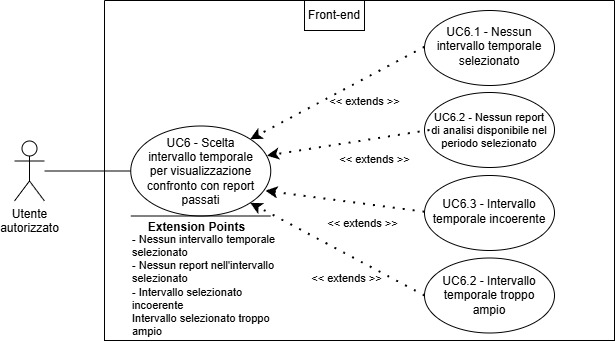
The draw.io diagram assets/diagrams/UC6.png in SkarabGroup/DocumentazioneProgetto, before a commit. Source tidied: cells renumbered, new cells last; positions are measured from the earlier drawing's top-left corner, leaving out a move shared by most shapes.
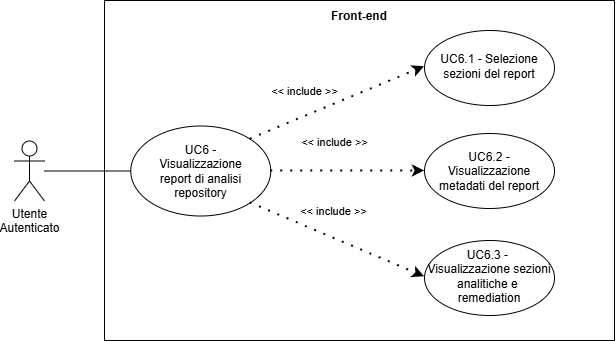
After the commit.

What changed in the source:
```diff
@@ -2,7 +2,7 @@
   <root>
     <mxCell id="0" />
     <mxCell id="1" parent="0" />
-    <mxCell id="2" value="Utente&lt;div&gt;autorizzato&lt;/div&gt;" style="shape=umlActor;verticalLabelPosition=bottom;verticalAlign=top;html=1;outlineConnect=0;align=center;" parent="1" vertex="1">
+    <mxCell id="2" value="Utente&lt;div&gt;Autenticato&lt;/div&gt;" style="shape=umlActor;verticalLabelPosition=bottom;verticalAlign=top;html=1;outlineConnect=0;align=center;" parent="1" vertex="1">
       <mxGeometry y="140.5" width="30" height="60" as="geometry" />
     </mxCell>
     <mxCell id="3" style="swimlane;startSize=0;" parent="1" vertex="1">
@@ -11,64 +11,43 @@
     <mxCell id="4" style="ellipse;whiteSpace=wrap;html=1;" parent="3" vertex="1">
       <mxGeometry x="26.2" y="125.5" width="140" height="90" as="geometry" />
     </mxCell>
-    <mxCell id="5" value="&lt;div style=&quot;&quot;&gt;&lt;span style=&quot;background-color: transparent; color: light-dark(rgb(0, 0, 0), rgb(255, 255, 255));&quot;&gt;UC6 - Scelta intervallo temporale per visualizzazione confronto con report passati&lt;/span&gt;&lt;/div&gt;" style="text;html=1;align=center;verticalAlign=middle;whiteSpace=wrap;rounded=0;" parent="3" vertex="1">
+    <mxCell id="5" value="&lt;div style=&quot;&quot;&gt;&lt;span style=&quot;background-color: transparent; color: light-dark(rgb(0, 0, 0), rgb(255, 255, 255));&quot;&gt;UC6 - Visualizzazione report di analisi repository&lt;/span&gt;&lt;/div&gt;" style="text;html=1;align=center;verticalAlign=middle;whiteSpace=wrap;rounded=0;" parent="3" vertex="1">
       <mxGeometry x="38.8" y="135.5" width="115" height="70" as="geometry" />
     </mxCell>
-    <mxCell id="6" style="endArrow=none;html=1;rounded=0;" parent="3" edge="1">
-      <mxGeometry relative="1" as="geometry">
-        <mxPoint x="26.2" y="215.5" as="sourcePoint" />
-        <mxPoint x="166.2" y="215.5" as="targetPoint" />
-      </mxGeometry>
-    </mxCell>
-    <mxCell id="7" value="&lt;b&gt;&lt;font style=&quot;font-size: 12px;&quot;&gt;Extension Points&lt;/font&gt;&lt;/b&gt;" style="edgeLabel;html=1;align=center;verticalAlign=middle;" parent="6" vertex="1">
-      <mxGeometry x="0.65" relative="1" as="geometry">
-        <mxPoint x="-50" y="11" as="offset" />
-      </mxGeometry>
-    </mxCell>
-    <mxCell id="8" value="&lt;font&gt;- Nessun intervallo temporale selezionato&lt;/font&gt;&lt;div&gt;&lt;font&gt;- Nessun report nell'intervallo selezionato&lt;/font&gt;&lt;/div&gt;&lt;div&gt;&lt;font&gt;- Intervallo selezionato incoerente&lt;/font&gt;&lt;/div&gt;&lt;div&gt;&lt;font&gt;Intervallo selezionato troppo ampio&lt;/font&gt;&lt;/div&gt;" style="text;html=1;align=left;verticalAlign=middle;whiteSpace=wrap;rounded=0;fontSize=11;" parent="3" vertex="1">
-      <mxGeometry x="26.2" y="270" width="163.8" height="30" as="geometry" />
-    </mxCell>
-    <mxCell id="9" value="&amp;lt;&amp;lt; extends &amp;gt;&amp;gt;" style="endArrow=classic;startArrow=none;endFill=1;startFill=0;html=1;verticalAlign=bottom;dashed=1;labelBackgroundColor=none;rounded=0;dashPattern=1 4;curved=0;endSize=6;strokeWidth=2;entryX=1;entryY=0;entryDx=0;entryDy=0;exitX=0;exitY=0.5;exitDx=0;exitDy=0;" parent="3" edge="1" source="12" target="4">
-      <mxGeometry x="-0.16" y="28" relative="1" as="geometry" />
+    <mxCell id="9" value="&amp;lt;&amp;lt; include &amp;gt;&amp;gt;" style="endArrow=classic;startArrow=none;endFill=1;startFill=0;html=1;verticalAlign=bottom;dashed=1;labelBackgroundColor=none;rounded=0;dashPattern=1 4;curved=0;endSize=6;strokeWidth=2;exitX=1;exitY=0;exitDx=0;exitDy=0;entryX=0;entryY=0.5;entryDx=0;entryDy=0;" parent="3" edge="1" source="4" target="12">
+      <mxGeometry x="-0.31" y="15" relative="1" as="geometry" />
     </mxCell>
-    <mxCell id="10" value="Front-end" style="text;html=1;align=center;verticalAlign=middle;whiteSpace=wrap;rounded=0;strokeColor=default;perimeterSpacing=1;" parent="3" vertex="1">
-      <mxGeometry x="200" width="60" height="30" as="geometry" />
-    </mxCell>
     <mxCell id="11" style="ellipse;whiteSpace=wrap;html=1;" parent="3" vertex="1">
-      <mxGeometry x="320" y="10" width="130" height="75" as="geometry" />
+      <mxGeometry x="320" y="30" width="130" height="75" as="geometry" />
     </mxCell>
-    <mxCell id="12" value="UC6.1 - Nessun intervallo temporale selezionato" style="text;html=1;align=center;verticalAlign=middle;whiteSpace=wrap;rounded=0;" parent="3" vertex="1">
-      <mxGeometry x="320" y="11.2" width="130" height="70" as="geometry" />
+    <mxCell id="12" value="UC6.1 - Selezione sezioni del report" style="text;html=1;align=center;verticalAlign=middle;whiteSpace=wrap;rounded=0;" parent="3" vertex="1">
+      <mxGeometry x="320" y="31.2" width="130" height="70" as="geometry" />
     </mxCell>
-    <mxCell id="13" style="endArrow=none;html=1;rounded=0;entryX=0;entryY=0.5;entryDx=0;entryDy=0;" parent="1" edge="1" source="2" target="4">
-      <mxGeometry relative="1" as="geometry" />
-    </mxCell>
-    <mxCell id="14" style="ellipse;whiteSpace=wrap;html=1;" parent="1" vertex="1">
-      <mxGeometry x="410" y="175" width="130" height="75" as="geometry" />
+    <mxCell id="14" style="ellipse;whiteSpace=wrap;html=1;" parent="3" vertex="1">
+      <mxGeometry x="320" y="240" width="130" height="75" as="geometry" />
     </mxCell>
-    <mxCell id="15" value="UC6.3 - Intervallo temporale incoerente" style="text;html=1;align=center;verticalAlign=middle;whiteSpace=wrap;rounded=0;" parent="1" vertex="1">
-      <mxGeometry x="410" y="176.2" width="130" height="70" as="geometry" />
+    <mxCell id="15" value="UC6.3 -&amp;nbsp;&lt;div&gt;&lt;span style=&quot;background-color: transparent; color: light-dark(rgb(0, 0, 0), rgb(255, 255, 255));&quot;&gt;Visualizzazione sezioni analitiche e&amp;nbsp;&lt;/span&gt;&lt;/div&gt;&lt;div&gt;&lt;span style=&quot;background-color: transparent; color: light-dark(rgb(0, 0, 0), rgb(255, 255, 255));&quot;&gt;remediation&lt;/span&gt;&lt;/div&gt;" style="text;html=1;align=center;verticalAlign=middle;whiteSpace=wrap;rounded=0;" parent="3" vertex="1">
+      <mxGeometry x="320" y="241.2" width="130" height="70" as="geometry" />
     </mxCell>
+    <mxCell id="21" value="&amp;lt;&amp;lt; include &amp;gt;&amp;gt;" style="endArrow=classic;startArrow=none;endFill=1;startFill=0;html=1;verticalAlign=bottom;dashed=1;labelBackgroundColor=none;rounded=0;dashPattern=1 4;curved=0;endSize=6;strokeWidth=2;exitX=1;exitY=1;exitDx=0;exitDy=0;entryX=0;entryY=0.5;entryDx=0;entryDy=0;" parent="3" edge="1" source="4" target="15">
+      <mxGeometry x="-0.11" y="16" relative="1" as="geometry" />
+    </mxCell>
-    <mxCell id="16" style="ellipse;whiteSpace=wrap;html=1;" parent="1" vertex="1">
-      <mxGeometry x="410" y="92" width="130" height="75" as="geometry" />
+    <mxCell id="16" style="ellipse;whiteSpace=wrap;html=1;" parent="3" vertex="1">
+      <mxGeometry x="320" y="133" width="130" height="75" as="geometry" />
     </mxCell>
-    <mxCell id="17" value="UC6.2 - Nessun report di analisi disponibile nel periodo selezionato" style="text;html=1;align=center;verticalAlign=middle;whiteSpace=wrap;rounded=0;fontSize=11;" parent="1" vertex="1">
-      <mxGeometry x="415" y="97.9" width="120" height="63.2" as="geometry" />
+    <mxCell id="17" value="UC6.2 - Visualizzazione metadati del report" style="text;html=1;align=center;verticalAlign=middle;whiteSpace=wrap;rounded=0;fontSize=12;" parent="3" vertex="1">
+      <mxGeometry x="325" y="138.9" width="120" height="63.2" as="geometry" />
     </mxCell>
-    <mxCell id="18" style="ellipse;whiteSpace=wrap;html=1;" parent="1" vertex="1">
-      <mxGeometry x="410" y="257.5" width="130" height="75" as="geometry" />
-    </mxCell>
-    <mxCell id="19" value="UC6.2 - Intervallo temporale troppo ampio" style="text;html=1;align=center;verticalAlign=middle;whiteSpace=wrap;rounded=0;" parent="1" vertex="1">
-      <mxGeometry x="415" y="260" width="120" height="70" as="geometry" />
-    </mxCell>
-    <mxCell id="20" value="&amp;lt;&amp;lt; extends &amp;gt;&amp;gt;" style="endArrow=classic;startArrow=none;endFill=1;startFill=0;html=1;verticalAlign=bottom;dashed=1;labelBackgroundColor=none;rounded=0;dashPattern=1 4;curved=0;endSize=6;strokeWidth=2;entryX=1;entryY=1;entryDx=0;entryDy=0;exitX=0;exitY=0.5;exitDx=0;exitDy=0;" parent="1" edge="1" source="18" target="4">
-      <mxGeometry x="-0.27" y="29" relative="1" as="geometry" />
-    </mxCell>
-    <mxCell id="21" value="&amp;lt;&amp;lt; extends &amp;gt;&amp;gt;" style="endArrow=classic;startArrow=none;endFill=1;startFill=0;html=1;verticalAlign=bottom;dashed=1;labelBackgroundColor=none;rounded=0;dashPattern=1 4;curved=0;endSize=6;strokeWidth=2;entryX=0.962;entryY=0.719;entryDx=0;entryDy=0;exitX=0;exitY=0.5;exitDx=0;exitDy=0;entryPerimeter=0;" parent="1" edge="1" source="15" target="4">
-      <mxGeometry x="-0.27" y="29" relative="1" as="geometry" />
-    </mxCell>
-    <mxCell id="22" value="&amp;lt;&amp;lt; extends &amp;gt;&amp;gt;" style="endArrow=classic;startArrow=none;endFill=1;startFill=0;html=1;verticalAlign=bottom;dashed=1;labelBackgroundColor=none;rounded=0;dashPattern=1 4;curved=0;endSize=6;strokeWidth=2;entryX=0.973;entryY=0.328;entryDx=0;entryDy=0;exitX=0;exitY=0.5;exitDx=0;exitDy=0;entryPerimeter=0;" parent="1" edge="1" source="17" target="4">
-      <mxGeometry x="-0.27" y="29" relative="1" as="geometry" />
+    <mxCell id="22" value="&amp;lt;&amp;lt; include &amp;gt;&amp;gt;" style="endArrow=classic;startArrow=none;endFill=1;startFill=0;html=1;verticalAlign=bottom;dashed=1;labelBackgroundColor=none;rounded=0;dashPattern=1 4;curved=0;endSize=6;strokeWidth=2;entryX=0;entryY=0.5;entryDx=0;entryDy=0;exitX=1;exitY=0.5;exitDx=0;exitDy=0;" parent="3" edge="1" source="4" target="16">
+      <mxGeometry x="-0.17" y="21" relative="1" as="geometry">
+        <mxPoint y="1" as="offset" />
+      </mxGeometry>
     </mxCell>
+    <mxCell id="10" value="Front-end" style="text;html=1;align=center;verticalAlign=middle;whiteSpace=wrap;rounded=0;strokeColor=none;perimeterSpacing=1;fontStyle=1;" parent="3" vertex="1">
+      <mxGeometry x="225" y="1.2" width="60" height="30" as="geometry" />
+    </mxCell>
+    <mxCell id="13" style="endArrow=none;html=1;rounded=0;entryX=0;entryY=0.5;entryDx=0;entryDy=0;" parent="1" edge="1" source="2" target="4">
+      <mxGeometry relative="1" as="geometry" />
+    </mxCell>
   </root>
 </mxGraphModel>
```
